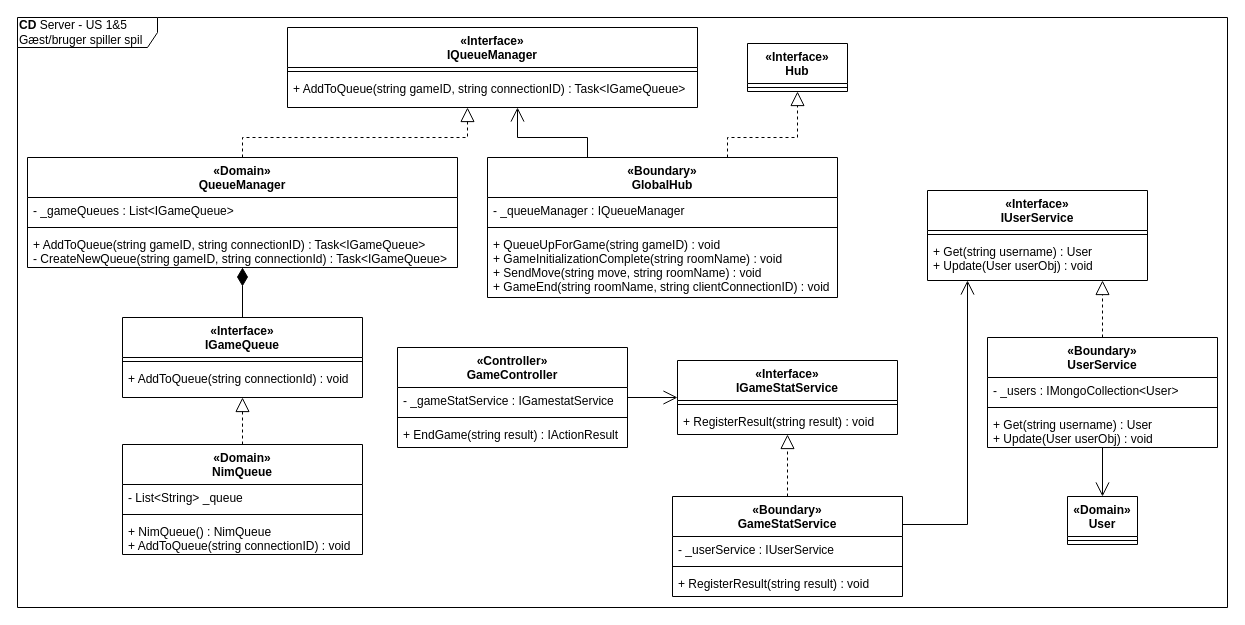
Earlier version of the draw.io diagram page "CD-Server" (4 of 4) of diagrams/arkitektur/US1&5_spil.drawio (Macradon/I7BAC-PlugNPlay). Source tidied: cells renumbered, new cells numbered last; positions are measured from the earlier drawing's top-left corner, leaving out a move shared by most shapes. Both pictures are drawn from the tidied source at 100%, with x=0, y=0 at pixel (17, 17).
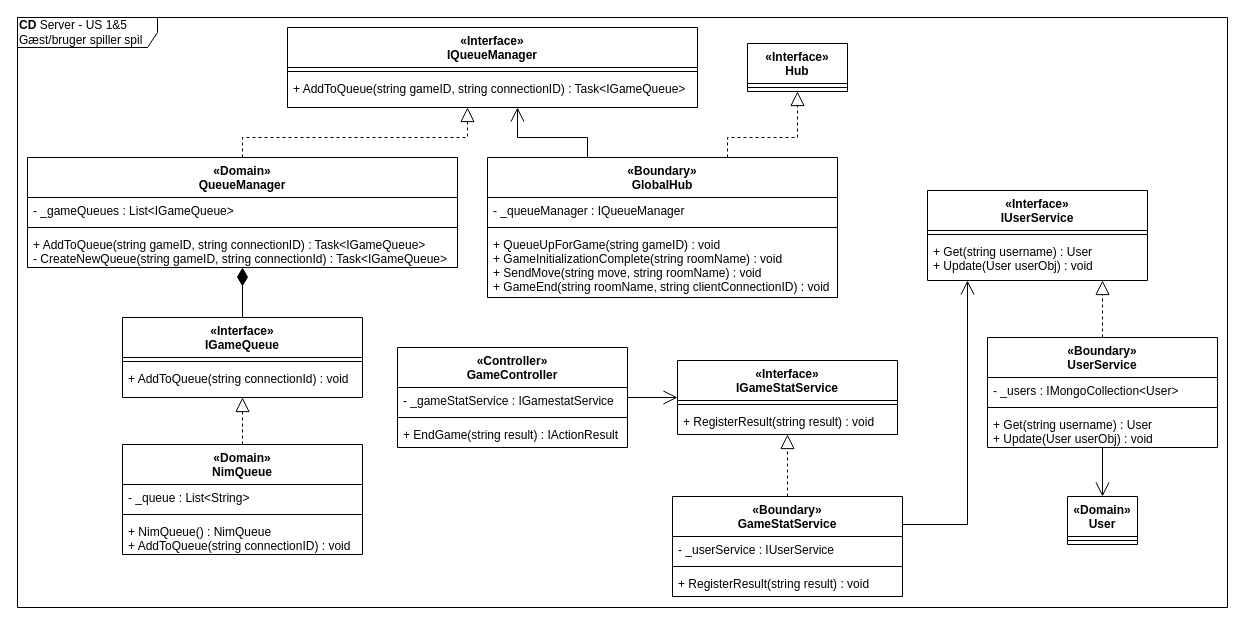
The same diagram, later.

Unchanged cells that the change refers to:
```xml
<mxCell id="43" value="«Domain»&#10;NimQueue" style="swimlane;fontStyle=1;align=center;verticalAlign=top;horizontal=1;startSize=40;" parent="1" vertex="1">
  <mxGeometry x="105" y="427" width="240" height="110" as="geometry" />
</mxCell>
```

Diff of the diagram source:
```diff
@@
-    <mxCell id="44" value="- List&lt;String&gt; _queue" style="text;strokeColor=none;fillColor=none;align=left;verticalAlign=top;spacingLeft=4;spacingRight=4;overflow=hidden;" parent="43" vertex="1">
+    <mxCell id="44" value="- _queue : List&lt;String&gt;" style="text;strokeColor=none;fillColor=none;align=left;verticalAlign=top;spacingLeft=4;spacingRight=4;overflow=hidden;" parent="43" vertex="1">
       <mxGeometry y="40" width="240" height="26" as="geometry" />
     </mxCell>
```
